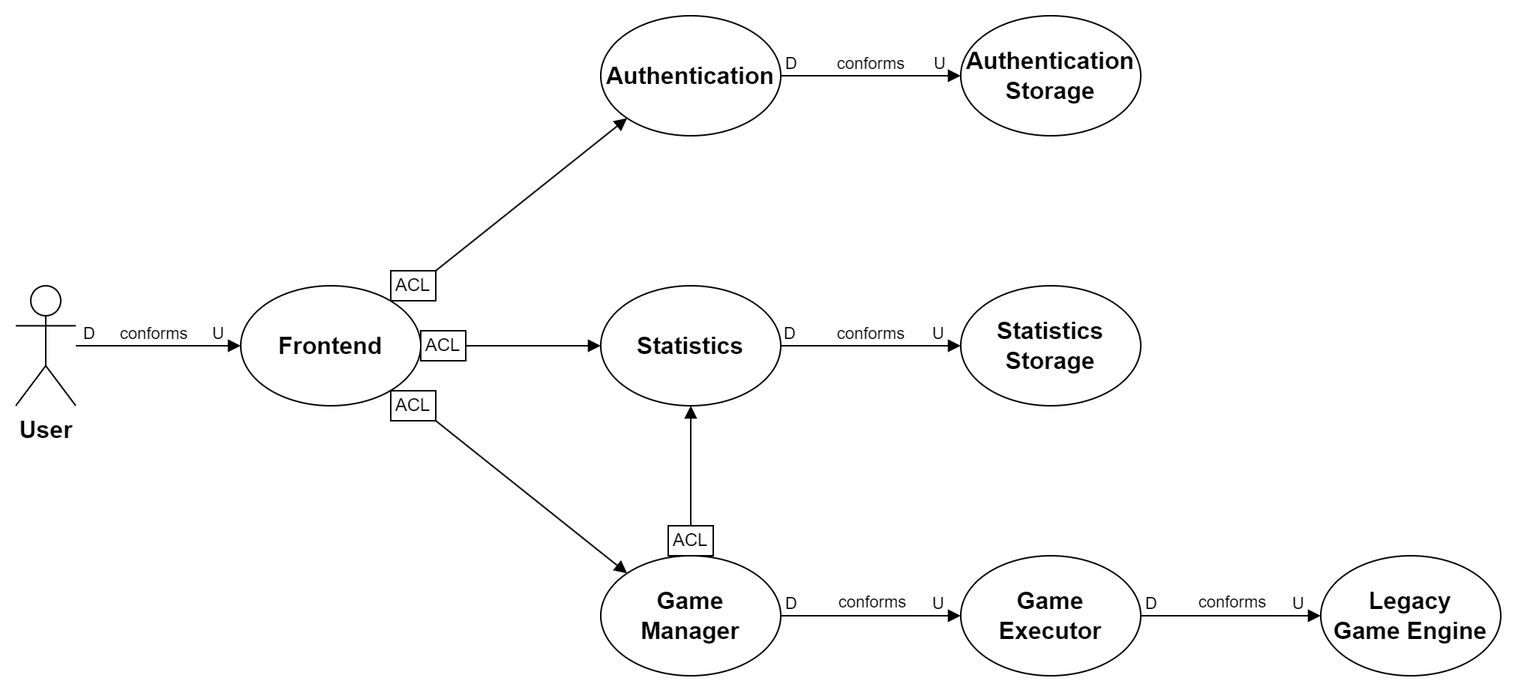
The draw.io diagram docs/resources/images/context-map/context-map.png in ldss-project/docs, before a commit. Source tidied: cells renumbered, new cells last; positions are measured from the earlier drawing's top-left corner, leaving out a move shared by most shapes.
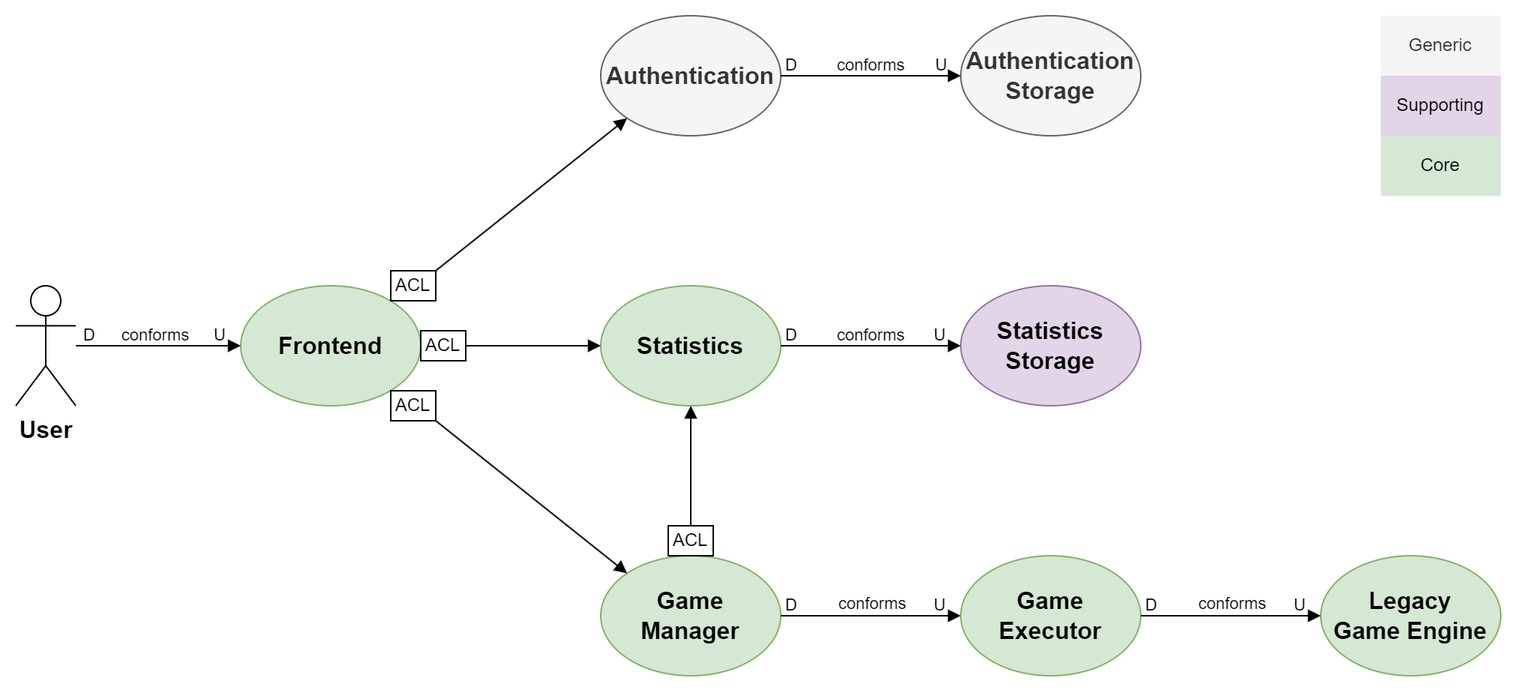
The same diagram one commit later.

Commit message:
docs: add context map description to the context map section

What changed in the source:
```diff
@@ -5,25 +5,25 @@
     <mxCell id="2" style="rounded=0;whiteSpace=wrap;html=1;strokeColor=none;" parent="1" vertex="1">
       <mxGeometry width="1010" height="460" as="geometry" />
     </mxCell>
-    <mxCell id="3" value="&lt;b&gt;Frontend&lt;/b&gt;" style="ellipse;whiteSpace=wrap;html=1;fontSize=16;" parent="1" vertex="1">
+    <mxCell id="3" value="&lt;b&gt;Frontend&lt;/b&gt;" style="ellipse;whiteSpace=wrap;html=1;fontSize=16;fillColor=#d5e8d4;strokeColor=#82b366;" parent="1" vertex="1">
       <mxGeometry x="160" y="190" width="120" height="80" as="geometry" />
     </mxCell>
-    <mxCell id="4" value="&lt;b&gt;Authentication&lt;/b&gt;" style="ellipse;whiteSpace=wrap;html=1;fontSize=16;" parent="1" vertex="1">
+    <mxCell id="4" value="&lt;b&gt;Authentication&lt;/b&gt;" style="ellipse;whiteSpace=wrap;html=1;fontSize=16;fillColor=#f5f5f5;fontColor=#333333;strokeColor=#666666;" parent="1" vertex="1">
       <mxGeometry x="400" y="10" width="120" height="80" as="geometry" />
     </mxCell>
     <mxCell id="5" value="&lt;font style=&quot;font-size: 16px;&quot;&gt;&lt;b&gt;User&lt;/b&gt;&lt;/font&gt;" style="shape=umlActor;verticalLabelPosition=bottom;verticalAlign=top;html=1;outlineConnect=0;" parent="1" vertex="1">
       <mxGeometry x="10" y="190" width="40" height="80" as="geometry" />
     </mxCell>
-    <mxCell id="6" value="&lt;b&gt;Statistics&lt;/b&gt;" style="ellipse;whiteSpace=wrap;html=1;fontSize=16;" parent="1" vertex="1">
+    <mxCell id="6" value="&lt;b&gt;Statistics&lt;/b&gt;" style="ellipse;whiteSpace=wrap;html=1;fontSize=16;fillColor=#d5e8d4;strokeColor=#82b366;" parent="1" vertex="1">
       <mxGeometry x="400" y="190" width="120" height="80" as="geometry" />
     </mxCell>
-    <mxCell id="7" value="&lt;b&gt;Authentication&lt;br style=&quot;font-size: 16px;&quot;&gt;Storage&lt;/b&gt;" style="ellipse;whiteSpace=wrap;html=1;fontSize=16;" parent="1" vertex="1">
+    <mxCell id="7" value="&lt;b&gt;Authentication&lt;br style=&quot;font-size: 16px;&quot;&gt;Storage&lt;/b&gt;" style="ellipse;whiteSpace=wrap;html=1;fontSize=16;fillColor=#f5f5f5;fontColor=#333333;strokeColor=#666666;" parent="1" vertex="1">
       <mxGeometry x="640" y="10" width="120" height="80" as="geometry" />
     </mxCell>
-    <mxCell id="8" value="&lt;b&gt;Statistics&lt;br style=&quot;font-size: 16px;&quot;&gt;Storage&lt;/b&gt;" style="ellipse;whiteSpace=wrap;html=1;fontSize=16;" parent="1" vertex="1">
+    <mxCell id="8" value="&lt;b&gt;Statistics&lt;br style=&quot;font-size: 16px;&quot;&gt;Storage&lt;/b&gt;" style="ellipse;whiteSpace=wrap;html=1;fontSize=16;fillColor=#e1d5e7;strokeColor=#9673a6;" parent="1" vertex="1">
       <mxGeometry x="640" y="190" width="120" height="80" as="geometry" />
     </mxCell>
-    <mxCell id="9" value="&lt;b&gt;Game&lt;br style=&quot;font-size: 16px;&quot;&gt;Manager&lt;/b&gt;" style="ellipse;whiteSpace=wrap;html=1;fontSize=16;" parent="1" vertex="1">
+    <mxCell id="9" value="&lt;b&gt;Game&lt;br style=&quot;font-size: 16px;&quot;&gt;Manager&lt;/b&gt;" style="ellipse;whiteSpace=wrap;html=1;fontSize=16;fillColor=#d5e8d4;strokeColor=#82b366;" parent="1" vertex="1">
       <mxGeometry x="400" y="370" width="120" height="80" as="geometry" />
     </mxCell>
     <mxCell id="10" style="endArrow=block;html=1;rounded=0;entryX=0;entryY=0.5;entryDx=0;entryDy=0;endFill=1;" parent="1" edge="1" source="5" target="3">
@@ -124,10 +124,10 @@
     <mxCell id="33" value="ACL" style="rounded=0;whiteSpace=wrap;html=1;" parent="1" vertex="1">
       <mxGeometry x="260" y="180" width="30" height="20" as="geometry" />
     </mxCell>
-    <mxCell id="34" value="&lt;b&gt;Game&lt;/b&gt;&lt;br&gt;&lt;b&gt;Executor&lt;/b&gt;" style="ellipse;whiteSpace=wrap;html=1;fontSize=16;" parent="1" vertex="1">
+    <mxCell id="34" value="&lt;b&gt;Game&lt;/b&gt;&lt;br&gt;&lt;b&gt;Executor&lt;/b&gt;" style="ellipse;whiteSpace=wrap;html=1;fontSize=16;fillColor=#d5e8d4;strokeColor=#82b366;" parent="1" vertex="1">
       <mxGeometry x="640" y="370" width="120" height="80" as="geometry" />
     </mxCell>
-    <mxCell id="35" value="&lt;b&gt;Legacy&lt;br&gt;Game Engine&lt;br&gt;&lt;/b&gt;" style="ellipse;whiteSpace=wrap;html=1;fontSize=16;" parent="1" vertex="1">
+    <mxCell id="35" value="&lt;b&gt;Legacy&lt;br&gt;Game Engine&lt;br&gt;&lt;/b&gt;" style="ellipse;whiteSpace=wrap;html=1;fontSize=16;fillColor=#d5e8d4;strokeColor=#82b366;" parent="1" vertex="1">
       <mxGeometry x="880" y="370" width="120" height="80" as="geometry" />
     </mxCell>
     <mxCell id="36" style="endArrow=block;html=1;rounded=0;exitX=1;exitY=0.5;exitDx=0;exitDy=0;startArrow=none;startFill=0;endFill=1;entryX=0;entryY=0.5;entryDx=0;entryDy=0;" parent="1" edge="1" source="34" target="35">
@@ -148,5 +148,14 @@
         <mxPoint y="-8" as="offset" />
       </mxGeometry>
     </mxCell>
+    <mxCell id="40" value="Generic" style="rounded=0;whiteSpace=wrap;html=1;strokeColor=none;fillColor=#f5f5f5;fontColor=#333333;rotation=0;" parent="1" vertex="1">
+      <mxGeometry x="920" y="10" width="80" height="40" as="geometry" />
+    </mxCell>
+    <mxCell id="41" value="Supporting" style="rounded=0;whiteSpace=wrap;html=1;strokeColor=none;fillColor=#e1d5e7;rotation=0;" parent="1" vertex="1">
+      <mxGeometry x="920" y="50" width="80" height="40" as="geometry" />
+    </mxCell>
+    <mxCell id="42" value="Core" style="rounded=0;whiteSpace=wrap;html=1;strokeColor=none;fillColor=#d5e8d4;rotation=0;" parent="1" vertex="1">
+      <mxGeometry x="920" y="90" width="80" height="40" as="geometry" />
+    </mxCell>
   </root>
 </mxGraphModel>
```
